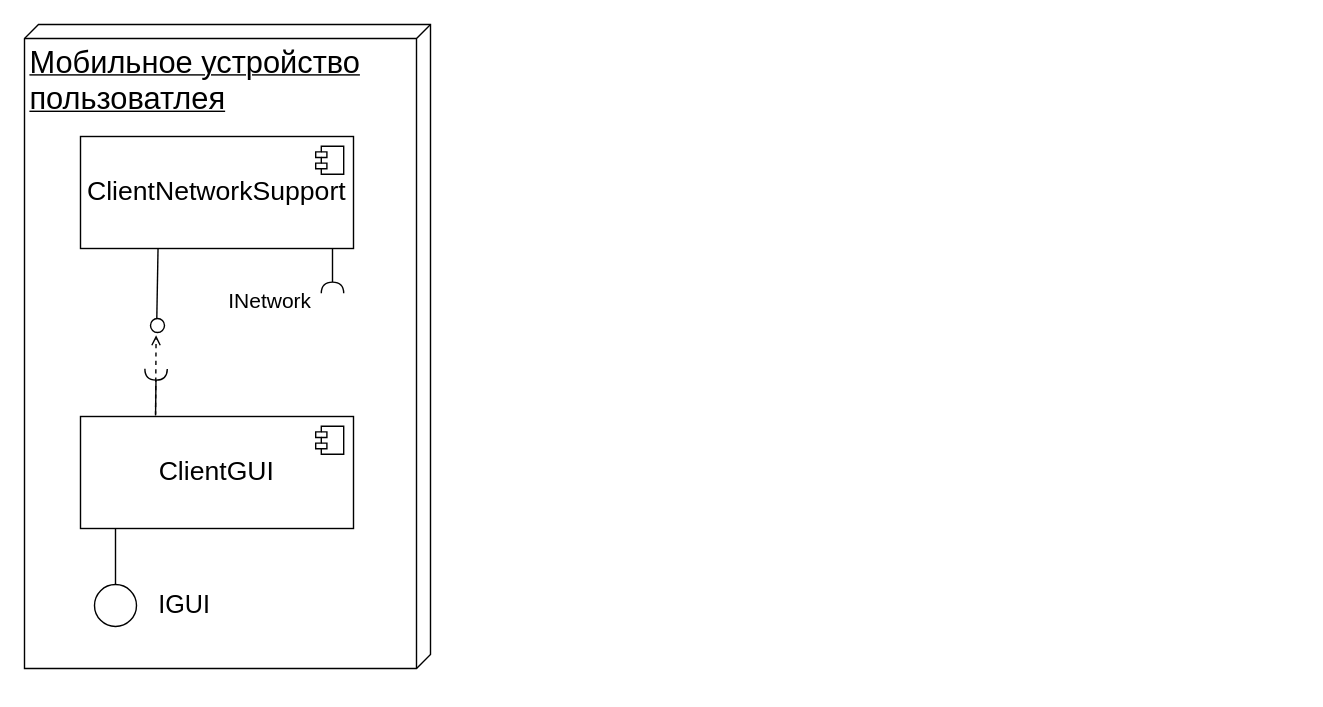
Above: 4_course/МиСПИС/Диаграмма_компонентов.drawio in tedmon1998/ISiT (draw.io), before the change. Source tidied: cells renumbered, new cells numbered last; positions are measured from the earlier drawing's top-left corner, leaving out a move shared by most shapes. Both pictures are drawn from the tidied source at 140%, with x=0, y=0 at pixel (24, 24).
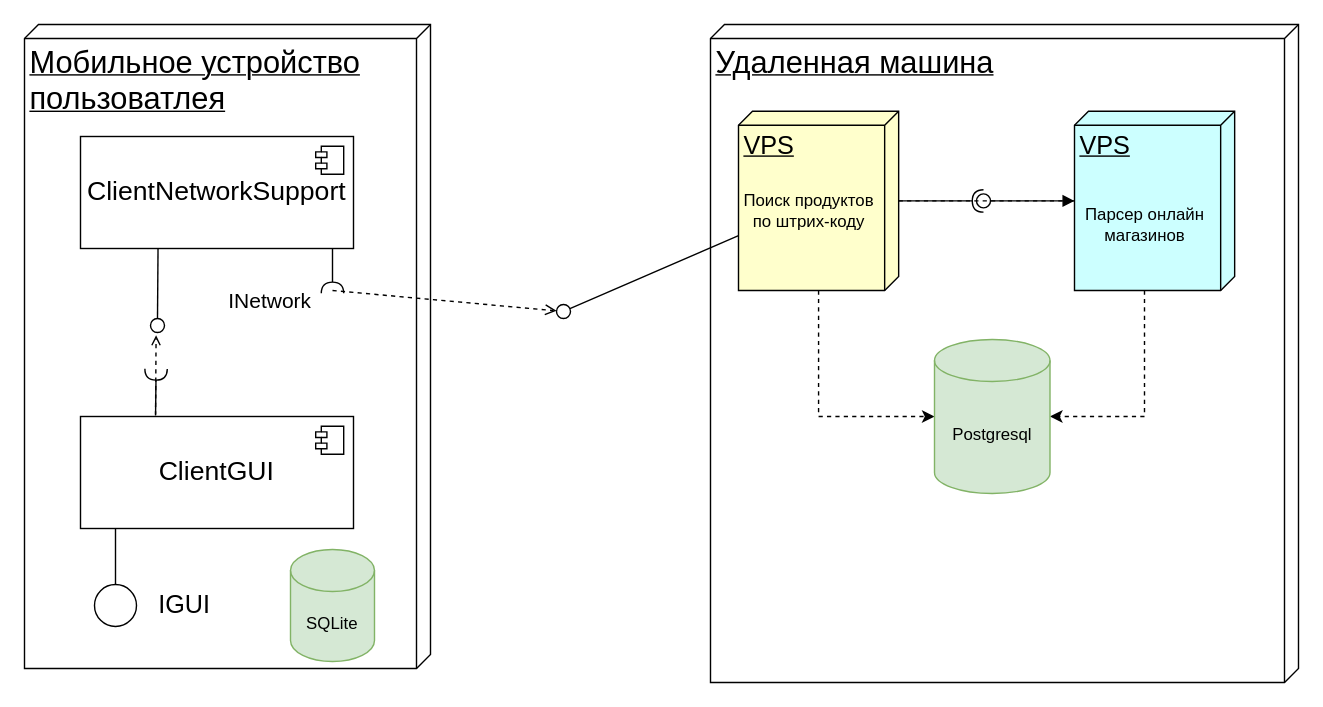
The same page after the edit.

Unchanged cells that the change refers to:
```xml
<mxCell id="3" value="&lt;font style=&quot;font-size: 19px;&quot;&gt;ClientNetworkSupport&lt;/font&gt;" style="html=1;whiteSpace=wrap;" parent="1" vertex="1">
  <mxGeometry x="40" y="80" width="195" height="80" as="geometry" />
</mxCell>
```

The edit, as a diff of the source:
```diff
@@
     <mxCell id="10" style="rounded=0;jettySize=auto;html=1;endArrow=none;endFill=0;sketch=0;sourcePerimeterSpacing=0;targetPerimeterSpacing=0;exitX=0.284;exitY=1.001;exitDx=0;exitDy=0;exitPerimeter=0;" parent="1" edge="1" source="3">
       <mxGeometry relative="1" as="geometry">
-        <mxPoint x="94.5" y="210" as="targetPoint" />
+        <mxPoint x="95" y="210" as="targetPoint" />
       </mxGeometry>
     </mxCell>
@@
+    <mxCell id="16" value="&lt;span style=&quot;font-size: 22px;&quot;&gt;Удаленная машина&lt;/span&gt;" style="verticalAlign=top;align=left;spacingTop=8;spacingLeft=2;spacingRight=12;shape=cube;size=10;direction=south;fontStyle=4;html=1;whiteSpace=wrap;" parent="1" vertex="1">
+      <mxGeometry x="490" width="420" height="470" as="geometry" />
+    </mxCell>
+    <mxCell id="17" style="edgeStyle=orthogonalEdgeStyle;rounded=0;jettySize=auto;html=1;dashed=1;" parent="1" edge="1" source="18" target="23">
+      <mxGeometry relative="1" as="geometry">
+        <Array as="points">
+          <mxPoint x="567" y="280" />
+        </Array>
+      </mxGeometry>
+    </mxCell>
+    <mxCell id="18" value="&lt;font style=&quot;font-size: 18px;&quot;&gt;VPS&lt;/font&gt;" style="verticalAlign=top;align=left;spacingTop=8;spacingLeft=2;spacingRight=12;shape=cube;size=10;direction=south;fontStyle=4;html=1;whiteSpace=wrap;fillColor=#FFFFCC;" parent="1" vertex="1">
+      <mxGeometry x="510" y="62" width="114.4" height="128" as="geometry" />
+    </mxCell>
+    <mxCell id="19" style="edgeStyle=orthogonalEdgeStyle;rounded=0;jettySize=auto;html=1;dashed=1;" parent="1" edge="1" source="20" target="23">
+      <mxGeometry relative="1" as="geometry">
+        <Array as="points">
+          <mxPoint x="800" y="280" />
+        </Array>
+      </mxGeometry>
+    </mxCell>
+    <mxCell id="20" value="&lt;font style=&quot;font-size: 18px;&quot;&gt;VPS&lt;/font&gt;" style="verticalAlign=top;align=left;spacingTop=8;spacingLeft=2;spacingRight=12;shape=cube;size=10;direction=south;fontStyle=4;html=1;whiteSpace=wrap;fillColor=#CCFFFF;" parent="1" vertex="1">
+      <mxGeometry x="750" y="62" width="114.4" height="128" as="geometry" />
+    </mxCell>
+    <mxCell id="21" value="&lt;span style=&quot;font-weight: normal;&quot;&gt;Парсер онлайн &lt;br&gt;магазинов&lt;/span&gt;" style="text;align=center;fontStyle=1;verticalAlign=middle;spacingLeft=3;spacingRight=3;strokeColor=none;html=1;" parent="1" vertex="1">
+      <mxGeometry x="760" y="130" width="80" height="26" as="geometry" />
+    </mxCell>
+    <mxCell id="22" value="&lt;span style=&quot;font-weight: 400;&quot;&gt;Поиск продуктов&lt;br&gt;&lt;/span&gt;&lt;span style=&quot;font-weight: normal;&quot;&gt;по штрих-коду&lt;/span&gt;" style="text;align=center;fontStyle=1;verticalAlign=middle;spacingLeft=3;spacingRight=3;strokeColor=none;html=1;" parent="1" vertex="1">
+      <mxGeometry x="520" y="120" width="80" height="26" as="geometry" />
+    </mxCell>
+    <mxCell id="23" value="Postgresql" style="shape=cylinder3;whiteSpace=wrap;html=1;boundedLbl=1;backgroundOutline=1;size=15;fillColor=#d5e8d4;strokeColor=#82b366;" parent="1" vertex="1">
+      <mxGeometry x="650" y="225" width="82.5" height="110" as="geometry" />
+    </mxCell>
+    <mxCell id="24" value="SQLite" style="shape=cylinder3;whiteSpace=wrap;html=1;boundedLbl=1;backgroundOutline=1;size=15;fillColor=#d5e8d4;strokeColor=#82b366;" parent="1" vertex="1">
+      <mxGeometry x="190" y="375" width="60" height="80" as="geometry" />
+    </mxCell>
+    <mxCell id="25" style="rounded=0;jettySize=auto;html=1;endArrow=none;endFill=0;sketch=0;sourcePerimeterSpacing=0;targetPerimeterSpacing=0;" parent="1" edge="1" source="20" target="27">
+      <mxGeometry relative="1" as="geometry" />
+    </mxCell>
+    <mxCell id="26" style="rounded=0;jettySize=auto;html=1;endArrow=halfCircle;endFill=0;entryX=0.5;entryY=0.5;endSize=6;strokeWidth=1;sketch=0;" parent="1" edge="1" source="18" target="27">
+      <mxGeometry relative="1" as="geometry" />
+    </mxCell>
+    <mxCell id="27" style="ellipse;whiteSpace=wrap;html=1;align=center;points=[];outlineConnect=0;sketch=0;" parent="1" vertex="1">
+      <mxGeometry x="680" y="121" width="10" height="10" as="geometry" />
+    </mxCell>
+    <mxCell id="28" style="html=1;verticalAlign=bottom;labelBackgroundColor=none;endArrow=block;endFill=1;dashed=1;rounded=0;" parent="1" edge="1" source="18" target="20">
+      <mxGeometry relative="1" as="geometry" />
+    </mxCell>
+    <mxCell id="29" style="rounded=0;jettySize=auto;html=1;endArrow=none;endFill=0;sketch=0;sourcePerimeterSpacing=0;targetPerimeterSpacing=0;" parent="1" edge="1" source="18" target="30">
+      <mxGeometry relative="1" as="geometry" />
+    </mxCell>
+    <mxCell id="30" style="ellipse;whiteSpace=wrap;html=1;align=center;points=[];outlineConnect=0;sketch=0;" parent="1" vertex="1">
+      <mxGeometry x="380" y="200" width="10" height="10" as="geometry" />
+    </mxCell>
+    <mxCell id="31" style="html=1;verticalAlign=bottom;labelBackgroundColor=none;endArrow=open;endFill=0;dashed=1;rounded=0;" parent="1" edge="1" target="30">
+      <mxGeometry relative="1" as="geometry">
+        <mxPoint x="220" y="190" as="sourcePoint" />
+      </mxGeometry>
+    </mxCell>
```
